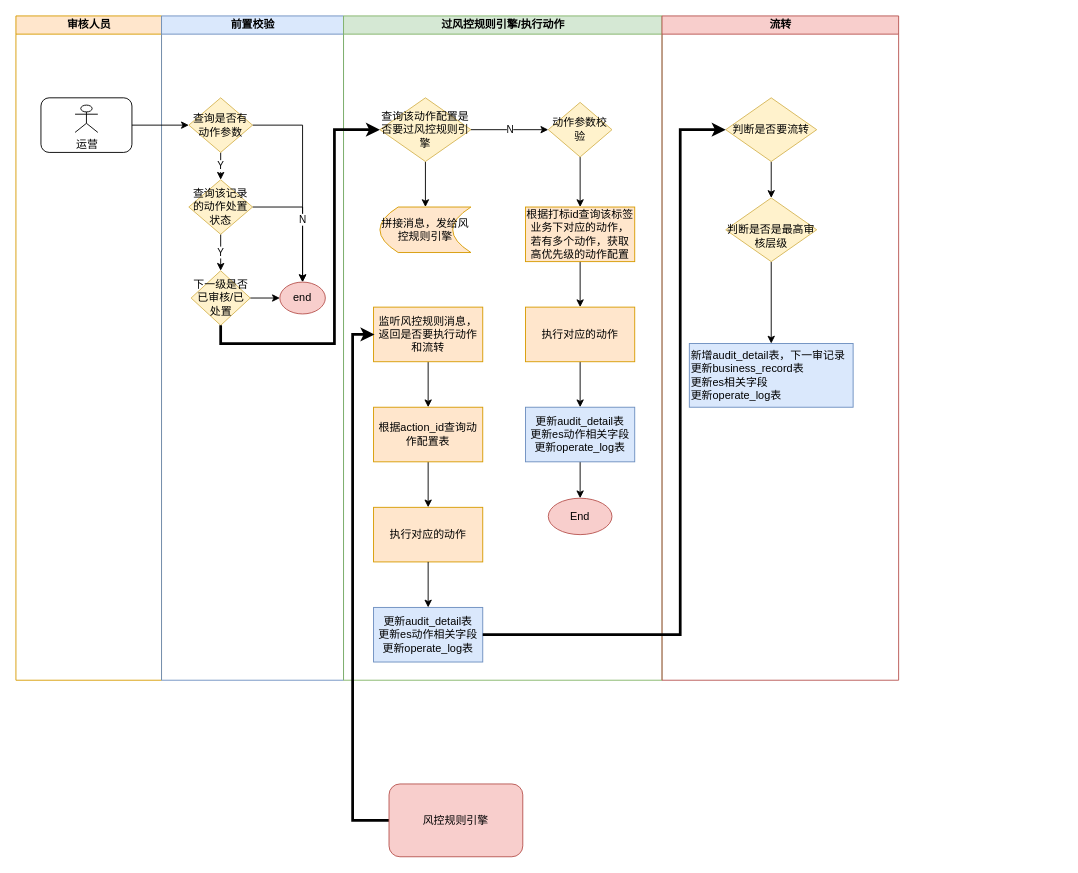
The draw.io diagram 架构设计/主控动作模块.drawio in haiyunzhu/javaKnowledge, before the edit. Source tidied: cells renumbered, new cells numbered last; positions are measured from the earlier drawing's top-left corner, leaving out a move shared by most shapes. Both pictures are drawn from the tidied source at 91%, with x=0, y=0 at pixel (15, 15).
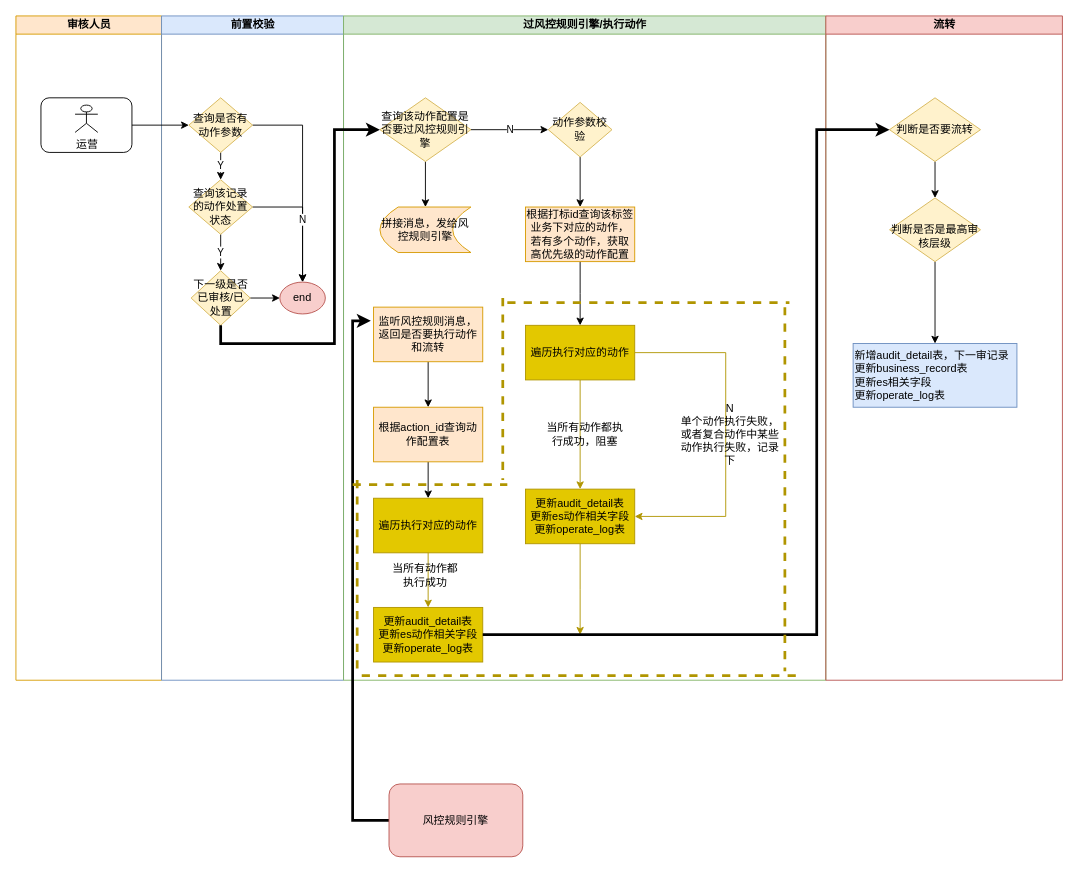
The same page after the edit.

Commit message:
更新主控动作模块.drawio

Unchanged cells that the change refers to:
```xml
<mxCell id="19" value="根据打标id查询该标签业务下对应的动作，若有多个动作，获取高优先级的动作配置" style="rounded=0;whiteSpace=wrap;html=1;fillColor=#ffe6cc;strokeColor=#d79b00;" parent="15" vertex="1">
  <mxGeometry x="200" y="210" width="120" height="60" as="geometry" />
</mxCell>
<mxCell id="38" value="判断是否要流转" style="rhombus;whiteSpace=wrap;html=1;fillColor=#fff2cc;strokeColor=#d6b656;" parent="36" vertex="1">
  <mxGeometry x="70" y="90" width="100" height="70" as="geometry" />
</mxCell>
<mxCell id="45" value="风控规则引擎" style="rounded=1;whiteSpace=wrap;html=1;fillColor=#f8cecc;strokeColor=#b85450;" parent="1" vertex="1">
  <mxGeometry x="410" y="844" width="147" height="80" as="geometry" />
</mxCell>
```

Diff of the diagram source:
```diff
@@
     <mxCell id="15" value="过风控规则引擎/执行动作" style="swimlane;html=1;startSize=20;fillColor=#d5e8d4;strokeColor=#82b366;" parent="1" vertex="1">
-      <mxGeometry x="360" width="350" height="730" as="geometry" />
+      <mxGeometry x="360" width="530" height="730" as="geometry" />
     </mxCell>
@@
-    <mxCell id="18" style="edgeStyle=orthogonalEdgeStyle;rounded=0;jettySize=auto;html=1;exitX=0.5;exitY=1;exitDx=0;exitDy=0;" parent="15" edge="1" source="19" target="29">
-      <mxGeometry relative="1" as="geometry" />
+    <mxCell id="18" style="edgeStyle=orthogonalEdgeStyle;rounded=0;jettySize=auto;html=1;exitX=0.5;exitY=1;exitDx=0;exitDy=0;" parent="15" edge="1" source="19">
+      <mxGeometry relative="1" as="geometry">
+        <mxPoint x="260" y="340" as="targetPoint" />
+      </mxGeometry>
     </mxCell>
@@
-    <mxCell id="28" style="edgeStyle=orthogonalEdgeStyle;rounded=0;jettySize=auto;html=1;exitX=0.5;exitY=1;exitDx=0;exitDy=0;entryX=0.5;entryY=0;entryDx=0;entryDy=0;" parent="15" edge="1" source="29" target="31">
+    <mxCell id="28" style="edgeStyle=orthogonalEdgeStyle;rounded=0;jettySize=auto;html=1;exitX=0.5;exitY=1;exitDx=0;exitDy=0;entryX=0.5;entryY=0;entryDx=0;entryDy=0;strokeColor=#B09500;fillColor=#e3c800;" parent="15" edge="1" source="29" target="31">
       <mxGeometry relative="1" as="geometry" />
     </mxCell>
+    <mxCell id="47" style="edgeStyle=orthogonalEdgeStyle;rounded=0;jettySize=auto;html=1;exitX=1;exitY=0.5;exitDx=0;exitDy=0;entryX=1;entryY=0.5;entryDx=0;entryDy=0;strokeColor=#B09500;fillColor=#e3c800;" parent="15" edge="1" source="29" target="31">
+      <mxGeometry relative="1" as="geometry">
+        <Array as="points">
+          <mxPoint x="420" y="370" />
+          <mxPoint x="420" y="550" />
+        </Array>
+      </mxGeometry>
+    </mxCell>
-    <mxCell id="29" value="执行对应的动作" style="rounded=0;whiteSpace=wrap;html=1;fillColor=#ffe6cc;strokeColor=#d79b00;" parent="15" vertex="1">
-      <mxGeometry x="200" y="320" width="120" height="60" as="geometry" />
+    <mxCell id="29" value="遍历执行对应的动作" style="rounded=0;whiteSpace=wrap;html=1;fillColor=#e3c800;strokeColor=#B09500;fontColor=#000000;" parent="15" vertex="1">
+      <mxGeometry x="200" y="340" width="120" height="60" as="geometry" />
     </mxCell>
-    <mxCell id="30" style="edgeStyle=orthogonalEdgeStyle;rounded=0;jettySize=auto;html=1;exitX=0.5;exitY=1;exitDx=0;exitDy=0;entryX=0.5;entryY=0;entryDx=0;entryDy=0;" parent="15" edge="1" source="31" target="32">
-      <mxGeometry relative="1" as="geometry" />
+    <mxCell id="30" style="edgeStyle=orthogonalEdgeStyle;rounded=0;jettySize=auto;html=1;exitX=0.5;exitY=1;exitDx=0;exitDy=0;fillColor=#e3c800;strokeColor=#B09500;" parent="15" edge="1" source="31">
+      <mxGeometry relative="1" as="geometry">
+        <mxPoint x="260" y="680" as="targetPoint" />
+      </mxGeometry>
     </mxCell>
-    <mxCell id="31" value="更新audit_detail表&lt;br&gt;更新es动作相关字段&lt;br&gt;更新operate_log表" style="rounded=0;whiteSpace=wrap;html=1;fillColor=#dae8fc;strokeColor=#6c8ebf;" parent="15" vertex="1">
-      <mxGeometry x="200" y="430" width="120" height="60" as="geometry" />
+    <mxCell id="31" value="更新audit_detail表&lt;br&gt;更新es动作相关字段&lt;br&gt;更新operate_log表" style="rounded=0;whiteSpace=wrap;html=1;fillColor=#e3c800;strokeColor=#B09500;fontColor=#000000;" parent="15" vertex="1">
+      <mxGeometry x="200" y="520" width="120" height="60" as="geometry" />
     </mxCell>
-    <mxCell id="32" value="End" style="ellipse;whiteSpace=wrap;html=1;fillColor=#f8cecc;strokeColor=#b85450;" parent="15" vertex="1">
-      <mxGeometry x="225" y="530" width="70" height="40" as="geometry" />
-    </mxCell>
-    <mxCell id="33" value="执行对应的动作" style="rounded=0;whiteSpace=wrap;html=1;fillColor=#ffe6cc;strokeColor=#d79b00;" parent="15" vertex="1">
-      <mxGeometry x="33" y="540" width="120" height="60" as="geometry" />
+    <mxCell id="33" value="遍历执行对应的动作" style="rounded=0;whiteSpace=wrap;html=1;fillColor=#e3c800;strokeColor=#B09500;fontColor=#000000;" parent="15" vertex="1">
+      <mxGeometry x="33" y="530" width="120" height="60" as="geometry" />
     </mxCell>
-    <mxCell id="34" value="更新audit_detail表&lt;br&gt;更新es动作相关字段&lt;br&gt;更新operate_log表" style="rounded=0;whiteSpace=wrap;html=1;fillColor=#dae8fc;strokeColor=#6c8ebf;" parent="15" vertex="1">
+    <mxCell id="34" value="更新audit_detail表&lt;br&gt;更新es动作相关字段&lt;br&gt;更新operate_log表" style="rounded=0;whiteSpace=wrap;html=1;fillColor=#e3c800;strokeColor=#B09500;fontColor=#000000;" parent="15" vertex="1">
       <mxGeometry x="33" y="650" width="120" height="60" as="geometry" />
     </mxCell>
-    <mxCell id="35" style="edgeStyle=orthogonalEdgeStyle;rounded=0;jettySize=auto;html=1;exitX=0.5;exitY=1;exitDx=0;exitDy=0;entryX=0.5;entryY=0;entryDx=0;entryDy=0;" parent="15" edge="1" source="33" target="34">
+    <mxCell id="35" style="edgeStyle=orthogonalEdgeStyle;rounded=0;jettySize=auto;html=1;exitX=0.5;exitY=1;exitDx=0;exitDy=0;entryX=0.5;entryY=0;entryDx=0;entryDy=0;fillColor=#e3c800;strokeColor=#B09500;" parent="15" edge="1" source="33" target="34">
       <mxGeometry relative="1" as="geometry" />
     </mxCell>
+    <mxCell id="48" value="当所有动作都执行成功，阻塞" style="text;html=1;strokeColor=none;fillColor=none;align=center;verticalAlign=middle;whiteSpace=wrap;rounded=0;" parent="15" vertex="1">
+      <mxGeometry x="217.5" y="442.5" width="95" height="35" as="geometry" />
+    </mxCell>
+    <mxCell id="49" value="N&lt;br&gt;单个动作执行失败，或者复合动作中某些动作执行失败，记录下" style="text;html=1;strokeColor=none;fillColor=none;align=center;verticalAlign=middle;whiteSpace=wrap;rounded=0;" parent="15" vertex="1">
+      <mxGeometry x="370" y="430" width="110" height="60" as="geometry" />
+    </mxCell>
+    <mxCell id="50" value="当所有动作都执行成功" style="text;html=1;strokeColor=none;fillColor=none;align=center;verticalAlign=middle;whiteSpace=wrap;rounded=0;" parent="15" vertex="1">
+      <mxGeometry x="50" y="600" width="80" height="30" as="geometry" />
+    </mxCell>
+    <mxCell id="51" style="line;strokeWidth=3;html=1;perimeter=backbonePerimeter;dashed=1;fillColor=#e3c800;strokeColor=#B09500;fontColor=#000000;" parent="15" vertex="1">
+      <mxGeometry x="180" y="310" width="310" height="10" as="geometry" />
+    </mxCell>
+    <mxCell id="52" style="line;strokeWidth=3;direction=south;html=1;perimeter=backbonePerimeter;dashed=1;fillColor=#e3c800;strokeColor=#B09500;fontColor=#000000;" parent="15" vertex="1">
+      <mxGeometry x="170" y="310" width="10" height="200" as="geometry" />
+    </mxCell>
+    <mxCell id="53" style="line;strokeWidth=3;direction=south;html=1;perimeter=backbonePerimeter;dashed=1;fillColor=#e3c800;strokeColor=#B09500;fontColor=#000000;" parent="15" vertex="1">
+      <mxGeometry x="10" y="510" width="10" height="210" as="geometry" />
+    </mxCell>
     <mxCell id="36" value="流转" style="swimlane;html=1;startSize=20;fillColor=#f8cecc;strokeColor=#b85450;" parent="1" vertex="1">
-      <mxGeometry x="710" width="260" height="730" as="geometry" />
+      <mxGeometry x="890" width="260" height="730" as="geometry" />
     </mxCell>
@@
-    <mxCell id="44" style="edgeStyle=orthogonalEdgeStyle;rounded=0;jettySize=auto;html=1;exitX=0;exitY=0.5;exitDx=0;exitDy=0;entryX=0;entryY=0.5;entryDx=0;entryDy=0;strokeWidth=3;" parent="1" edge="1" source="45">
+    <mxCell id="44" style="edgeStyle=orthogonalEdgeStyle;rounded=0;jettySize=auto;html=1;exitX=0;exitY=0.5;exitDx=0;exitDy=0;strokeWidth=3;" parent="1" edge="1" source="45">
       <mxGeometry relative="1" as="geometry">
-        <mxPoint x="394" y="350" as="targetPoint" />
+        <mxPoint x="390" y="335" as="targetPoint" />
         <Array as="points">
           <mxPoint x="370" y="884" />
-          <mxPoint x="370" y="350" />
+          <mxPoint x="370" y="335" />
         </Array>
       </mxGeometry>
     </mxCell>
@@
-    <mxCell id="46" style="edgeStyle=orthogonalEdgeStyle;rounded=0;jettySize=auto;html=1;exitX=1;exitY=0.5;exitDx=0;exitDy=0;entryX=0;entryY=0.5;entryDx=0;entryDy=0;strokeWidth=3;" parent="1" edge="1" source="34">
+    <mxCell id="46" style="edgeStyle=orthogonalEdgeStyle;rounded=0;jettySize=auto;html=1;exitX=1;exitY=0.5;exitDx=0;exitDy=0;entryX=0;entryY=0.5;entryDx=0;entryDy=0;strokeWidth=3;" parent="1" edge="1" source="34" target="38">
       <mxGeometry relative="1" as="geometry">
-        <mxPoint x="780" y="125" as="targetPoint" />
         <Array as="points">
-          <mxPoint x="730" y="680" />
-          <mxPoint x="730" y="125" />
+          <mxPoint x="880" y="680" />
+          <mxPoint x="880" y="125" />
         </Array>
       </mxGeometry>
     </mxCell>
+    <mxCell id="54" style="line;strokeWidth=3;direction=south;html=1;perimeter=backbonePerimeter;dashed=1;fillColor=#e3c800;strokeColor=#B09500;fontColor=#000000;" parent="1" vertex="1">
+      <mxGeometry x="840" y="320" width="10" height="400" as="geometry" />
+    </mxCell>
+    <mxCell id="55" style="line;strokeWidth=3;html=1;perimeter=backbonePerimeter;dashed=1;fillColor=#e3c800;strokeColor=#B09500;fontColor=#000000;" parent="1" vertex="1">
+      <mxGeometry x="370" y="510" width="170" height="10" as="geometry" />
+    </mxCell>
+    <mxCell id="56" style="line;strokeWidth=3;html=1;perimeter=backbonePerimeter;dashed=1;fillColor=#e3c800;strokeColor=#B09500;fontColor=#000000;" parent="1" vertex="1">
+      <mxGeometry x="380" y="720" width="480" height="10" as="geometry" />
+    </mxCell>
```
